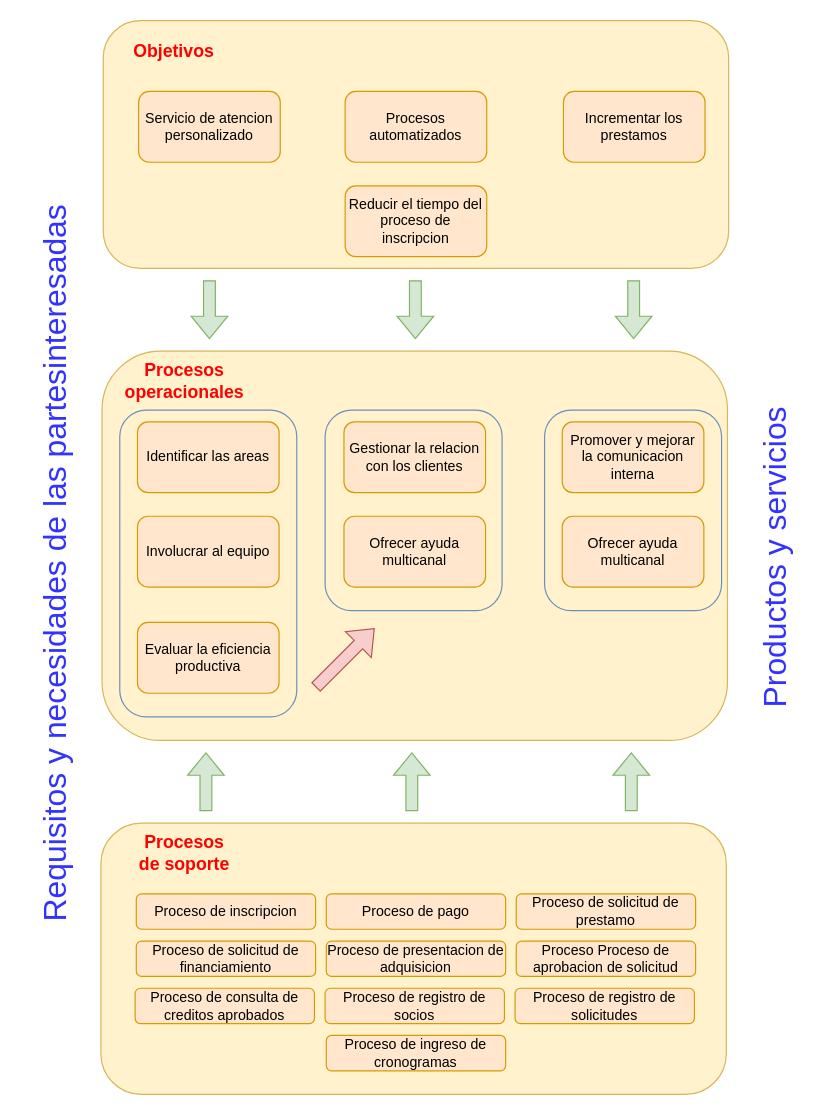
Before: page "Page-4" (4 of 5) of Casos de Uso.drawio in HoliSoyTamo/Diagramas, a draw.io diagram. Source tidied: cells renumbered, new cells numbered last; positions are measured from the earlier drawing's top-left corner, leaving out a move shared by most shapes. Both pictures are drawn from the tidied source at 118%, with x=0, y=0 at pixel (20, 20).
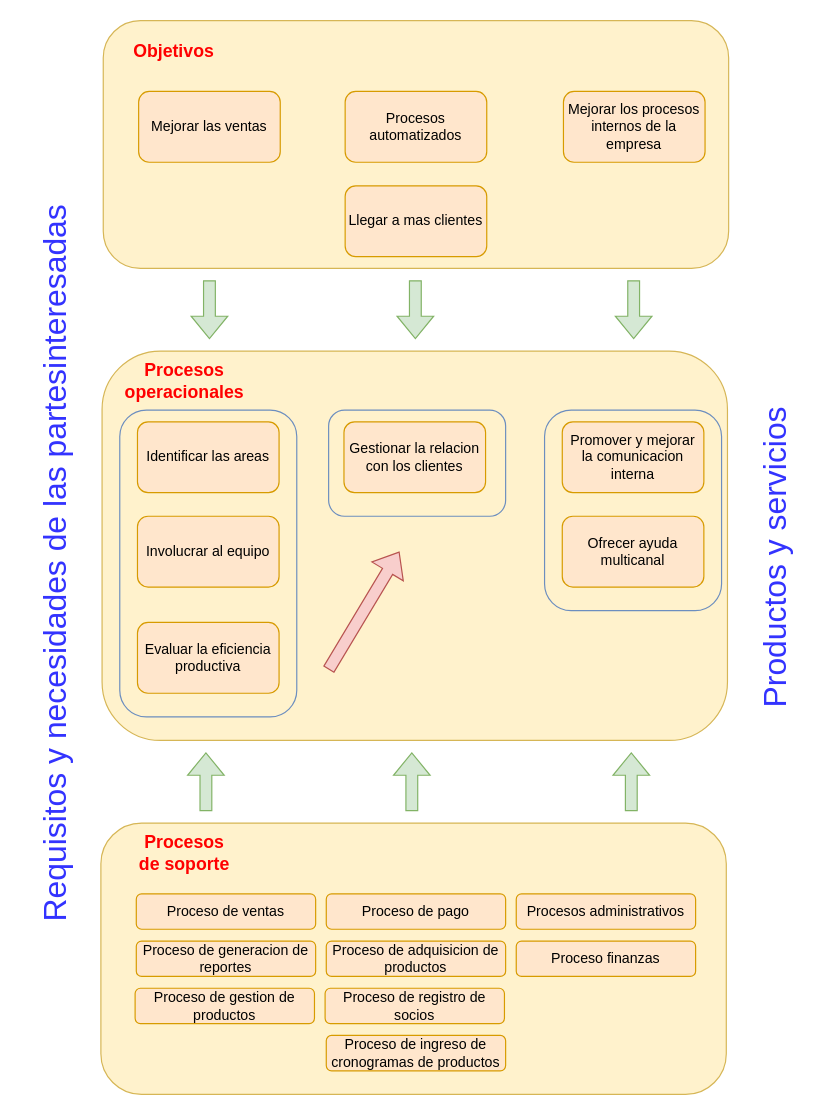
After the change.

Diff of the diagram source:
```diff
@@
-    <mxCell id="3" value="Servicio de atencion personalizado" style="rounded=1;whiteSpace=wrap;html=1;fillColor=#ffe6cc;strokeColor=#d79b00;" parent="1" vertex="1">
+    <mxCell id="3" value="Mejorar las ventas" style="rounded=1;whiteSpace=wrap;html=1;fillColor=#ffe6cc;strokeColor=#d79b00;" parent="1" vertex="1">
       <mxGeometry x="100" y="60" width="120" height="60" as="geometry" />
     </mxCell>
@@
-    <mxCell id="5" value="Incrementar los prestamos" style="rounded=1;whiteSpace=wrap;html=1;fillColor=#ffe6cc;strokeColor=#d79b00;" parent="1" vertex="1">
+    <mxCell id="5" value="Mejorar los procesos internos de la empresa" style="rounded=1;whiteSpace=wrap;html=1;fillColor=#ffe6cc;strokeColor=#d79b00;" parent="1" vertex="1">
       <mxGeometry x="460" y="60" width="120" height="60" as="geometry" />
     </mxCell>
@@
-    <mxCell id="7" value="Reducir el tiempo del proceso de inscripcion" style="rounded=1;whiteSpace=wrap;html=1;fillColor=#ffe6cc;strokeColor=#d79b00;" parent="1" vertex="1">
+    <mxCell id="7" value="Llegar a mas clientes" style="rounded=1;whiteSpace=wrap;html=1;fillColor=#ffe6cc;strokeColor=#d79b00;" parent="1" vertex="1">
       <mxGeometry x="275" y="140" width="120" height="60" as="geometry" />
     </mxCell>
@@
-    <mxCell id="13" value="Ofrecer ayuda multicanal" style="rounded=1;whiteSpace=wrap;html=1;fillColor=#ffe6cc;strokeColor=#d79b00;" parent="1" vertex="1">
-      <mxGeometry x="274" y="420" width="120" height="60" as="geometry" />
-    </mxCell>
@@
     <mxCell id="18" style="rounded=1;whiteSpace=wrap;html=1;fontSize=15;fillColor=none;strokeColor=#6c8ebf;" parent="1" vertex="1">
-      <mxGeometry x="258" y="330" width="150" height="170" as="geometry" />
+      <mxGeometry x="261" y="330" width="150" height="90" as="geometry" />
     </mxCell>
@@
-    <mxCell id="24" value="Proceso de inscripcion" style="rounded=1;whiteSpace=wrap;html=1;fillColor=#ffe6cc;strokeColor=#d79b00;" parent="1" vertex="1">
+    <mxCell id="24" value="Proceso de ventas" style="rounded=1;whiteSpace=wrap;html=1;fillColor=#ffe6cc;strokeColor=#d79b00;" parent="1" vertex="1">
       <mxGeometry x="98" y="740" width="152" height="30" as="geometry" />
     </mxCell>
@@
     <mxCell id="29" style="shape=flexArrow;endArrow=classic;html=1;rounded=0;fontSize=15;fontColor=#FF0000;fillColor=#f8cecc;strokeColor=#b85450;" parent="1" edge="1">
       <mxGeometry relative="1" as="geometry">
-        <mxPoint x="250" y="565" as="sourcePoint" />
-        <mxPoint x="300" y="515" as="targetPoint" />
+        <mxPoint x="261" y="550" as="sourcePoint" />
+        <mxPoint x="321" y="450" as="targetPoint" />
       </mxGeometry>
     </mxCell>
@@
-    <mxCell id="31" value="Proceso de solicitud de prestamo" style="rounded=1;whiteSpace=wrap;html=1;fillColor=#ffe6cc;strokeColor=#d79b00;" parent="1" vertex="1">
+    <mxCell id="31" value="Procesos administrativos" style="rounded=1;whiteSpace=wrap;html=1;fillColor=#ffe6cc;strokeColor=#d79b00;" parent="1" vertex="1">
       <mxGeometry x="420" y="740" width="152" height="30" as="geometry" />
     </mxCell>
-    <mxCell id="32" value="Proceso de solicitud de financiamiento" style="rounded=1;whiteSpace=wrap;html=1;fillColor=#ffe6cc;strokeColor=#d79b00;" parent="1" vertex="1">
+    <mxCell id="32" value="Proceso de generacion de reportes" style="rounded=1;whiteSpace=wrap;html=1;fillColor=#ffe6cc;strokeColor=#d79b00;" parent="1" vertex="1">
       <mxGeometry x="98" y="780" width="152" height="30" as="geometry" />
     </mxCell>
-    <mxCell id="33" value="Proceso de presentacion de adquisicion" style="rounded=1;whiteSpace=wrap;html=1;fillColor=#ffe6cc;strokeColor=#d79b00;" parent="1" vertex="1">
+    <mxCell id="33" value="Proceso de adquisicion de productos" style="rounded=1;whiteSpace=wrap;html=1;fillColor=#ffe6cc;strokeColor=#d79b00;" parent="1" vertex="1">
       <mxGeometry x="259" y="780" width="152" height="30" as="geometry" />
     </mxCell>
-    <mxCell id="34" value="Proceso Proceso de aprobacion de solicitud" style="rounded=1;whiteSpace=wrap;html=1;fillColor=#ffe6cc;strokeColor=#d79b00;" parent="1" vertex="1">
+    <mxCell id="34" value="Proceso finanzas" style="rounded=1;whiteSpace=wrap;html=1;fillColor=#ffe6cc;strokeColor=#d79b00;" parent="1" vertex="1">
       <mxGeometry x="420" y="780" width="152" height="30" as="geometry" />
     </mxCell>
-    <mxCell id="35" value="Proceso de consulta de creditos aprobados" style="rounded=1;whiteSpace=wrap;html=1;fillColor=#ffe6cc;strokeColor=#d79b00;" parent="1" vertex="1">
+    <mxCell id="35" value="Proceso de gestion de productos" style="rounded=1;whiteSpace=wrap;html=1;fillColor=#ffe6cc;strokeColor=#d79b00;" parent="1" vertex="1">
       <mxGeometry x="97" y="820" width="152" height="30" as="geometry" />
     </mxCell>
@@
-    <mxCell id="37" value="Proceso de registro de solicitudes" style="rounded=1;whiteSpace=wrap;html=1;fillColor=#ffe6cc;strokeColor=#d79b00;" parent="1" vertex="1">
-      <mxGeometry x="419" y="820" width="152" height="30" as="geometry" />
-    </mxCell>
-    <mxCell id="38" value="Proceso de ingreso de cronogramas" style="rounded=1;whiteSpace=wrap;html=1;fillColor=#ffe6cc;strokeColor=#d79b00;" parent="1" vertex="1">
+    <mxCell id="38" value="Proceso de ingreso de cronogramas de productos" style="rounded=1;whiteSpace=wrap;html=1;fillColor=#ffe6cc;strokeColor=#d79b00;" parent="1" vertex="1">
       <mxGeometry x="259" y="860" width="152" height="30" as="geometry" />
     </mxCell>
```
